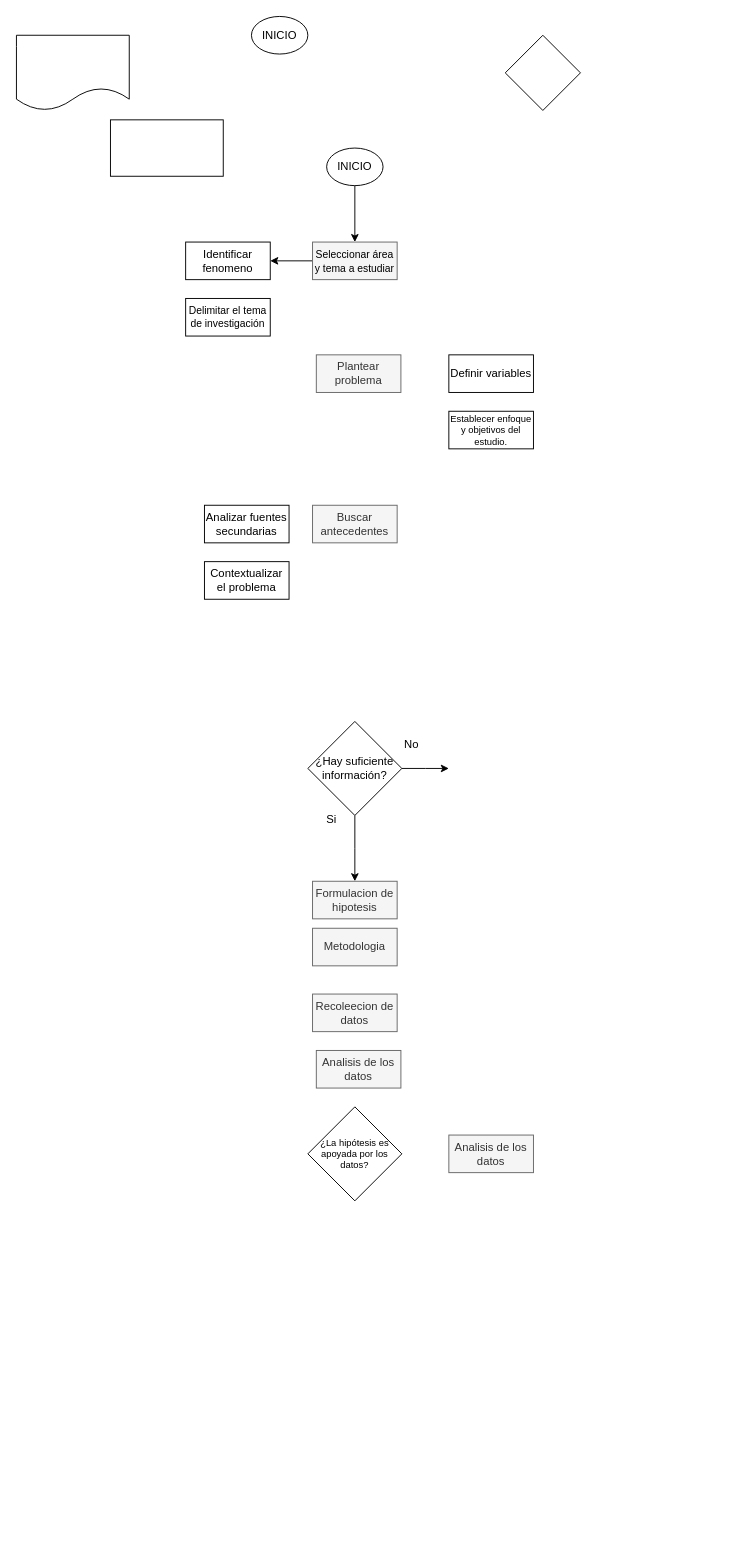
This is Etapas del proceso de investigacion.drawio from AlbanyNVRodriguez/draw---diagrams, a draw.io file, before an edit. Source tidied: cells renumbered, new cells numbered last; positions are measured from the earlier drawing's top-left corner, leaving out a move shared by most shapes. Both pictures are drawn from the tidied source at 94%, with x=0, y=0 at pixel (16, 16).
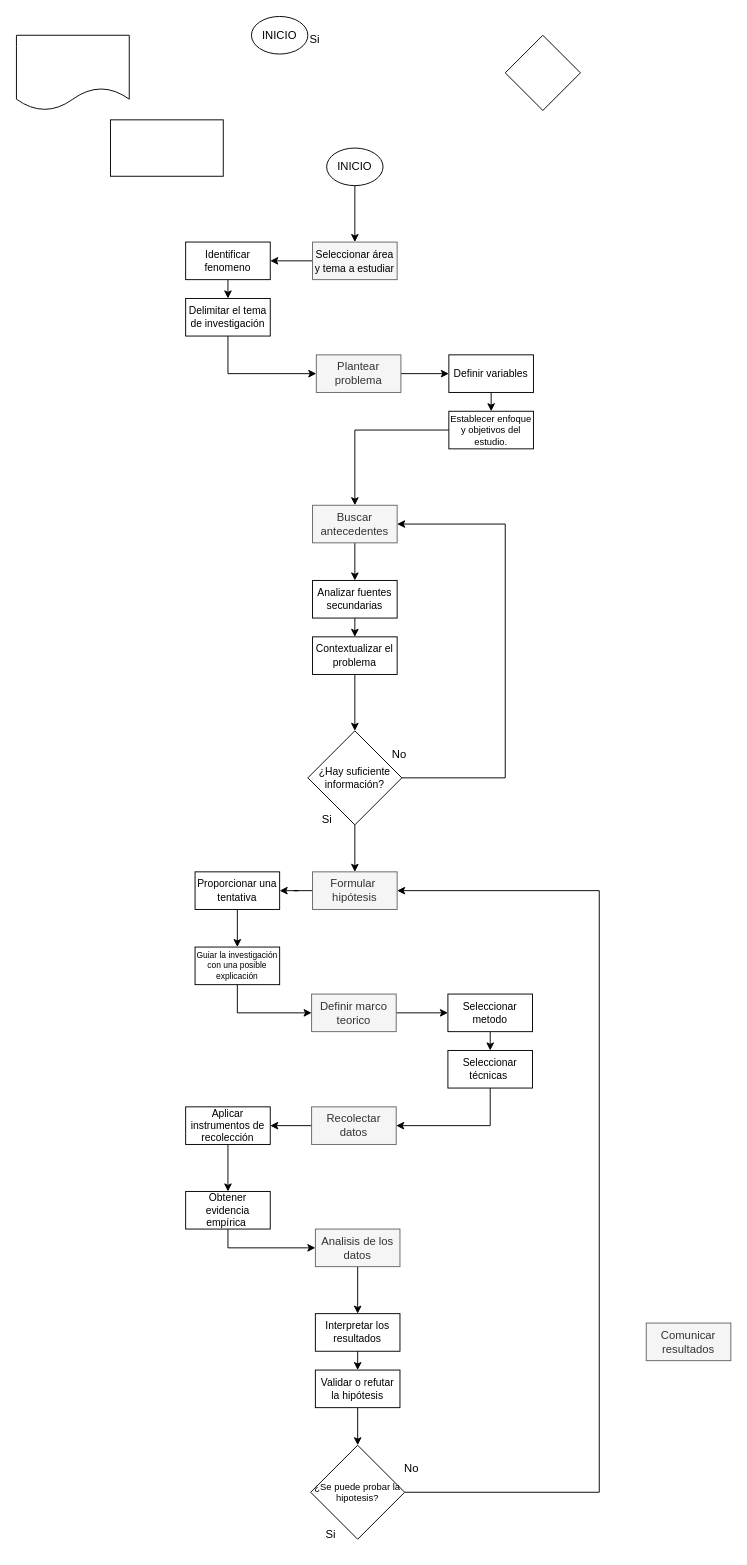
Above is the later version.

Unchanged cells that the change refers to:
```xml
<mxCell id="10" value="Plantear problema" style="rounded=0;whiteSpace=wrap;html=1;fillColor=#f5f5f5;fontColor=#333333;strokeColor=#666666;" parent="1" vertex="1">
  <mxGeometry x="319" y="360" width="90" height="40" as="geometry" />
</mxCell>
<mxCell id="16" value="Buscar antecedentes" style="rounded=0;whiteSpace=wrap;html=1;fillColor=#f5f5f5;fontColor=#333333;strokeColor=#666666;" parent="1" vertex="1">
  <mxGeometry x="315" y="520" width="90" height="40" as="geometry" />
</mxCell>
<mxCell id="27" value="Establecer enfoque y objetivos del estudio." style="rounded=0;whiteSpace=wrap;html=1;fontSize=10;" parent="1" vertex="1">
  <mxGeometry x="460" y="420" width="90" height="40" as="geometry" />
</mxCell>
<mxCell id="28" value="Delimitar el tema de investigación" style="rounded=0;whiteSpace=wrap;html=1;fontSize=11;" parent="1" vertex="1">
  <mxGeometry x="180" y="300" width="90" height="40" as="geometry" />
</mxCell>
```

Change to the diagram source:
```diff
@@
+    <mxCell id="29" style="edgeStyle=orthogonalEdgeStyle;rounded=0;jettySize=auto;html=1;entryX=0;entryY=0.5;entryDx=0;entryDy=0;" parent="1" edge="1" source="10" target="24">
+      <mxGeometry relative="1" as="geometry" />
+    </mxCell>
@@
-    <mxCell id="11" style="edgeStyle=orthogonalEdgeStyle;rounded=0;jettySize=auto;html=1;" parent="1" edge="1" source="13">
-      <mxGeometry relative="1" as="geometry">
-        <mxPoint x="360" y="920" as="targetPoint" />
-      </mxGeometry>
-    </mxCell>
-    <mxCell id="12" style="edgeStyle=orthogonalEdgeStyle;rounded=0;jettySize=auto;html=1;" parent="1" edge="1" source="13">
+    <mxCell id="12" style="edgeStyle=orthogonalEdgeStyle;rounded=0;jettySize=auto;html=1;entryX=1;entryY=0.5;entryDx=0;entryDy=0;exitX=1;exitY=0.5;exitDx=0;exitDy=0;" parent="1" edge="1" source="13" target="16">
       <mxGeometry relative="1" as="geometry">
-        <mxPoint x="460" y="800" as="targetPoint" />
+        <Array as="points">
+          <mxPoint x="520" y="810" />
+          <mxPoint x="520" y="540" />
+        </Array>
       </mxGeometry>
     </mxCell>
+    <mxCell id="30" style="edgeStyle=orthogonalEdgeStyle;rounded=0;jettySize=auto;html=1;entryX=0.5;entryY=0;entryDx=0;entryDy=0;" parent="1" edge="1" source="13" target="18">
+      <mxGeometry relative="1" as="geometry" />
+    </mxCell>
-    <mxCell id="13" value="¿Hay suficiente información?" style="rhombus;whiteSpace=wrap;html=1;" parent="1" vertex="1">
-      <mxGeometry x="310" y="750" width="100" height="100" as="geometry" />
+    <mxCell id="13" value="¿Hay suficiente información?" style="rhombus;whiteSpace=wrap;html=1;fontSize=11;" parent="1" vertex="1">
+      <mxGeometry x="310" y="760" width="100" height="100" as="geometry" />
     </mxCell>
     <mxCell id="14" value="Si" style="text;html=1;align=center;verticalAlign=middle;strokeColor=none;fillColor=none;" parent="1" vertex="1">
-      <mxGeometry x="320" y="840" width="30" height="30" as="geometry" />
+      <mxGeometry x="315" y="840" width="30" height="30" as="geometry" />
     </mxCell>
     <mxCell id="15" value="No" style="text;html=1;align=center;verticalAlign=middle;strokeColor=none;fillColor=none;" parent="1" vertex="1">
-      <mxGeometry x="400" y="760" width="40" height="30" as="geometry" />
+      <mxGeometry x="400" y="1530" width="40" height="30" as="geometry" />
     </mxCell>
+    <mxCell id="31" style="edgeStyle=orthogonalEdgeStyle;rounded=0;jettySize=auto;html=1;" parent="1" edge="1" source="16" target="26">
+      <mxGeometry relative="1" as="geometry" />
+    </mxCell>
@@
+    <mxCell id="32" style="edgeStyle=orthogonalEdgeStyle;rounded=0;jettySize=auto;html=1;exitX=0.5;exitY=1;exitDx=0;exitDy=0;entryX=0.5;entryY=0;entryDx=0;entryDy=0;" parent="1" edge="1" source="17" target="28">
+      <mxGeometry relative="1" as="geometry" />
+    </mxCell>
-    <mxCell id="17" value="Identificar fenomeno" style="rounded=0;whiteSpace=wrap;html=1;" parent="1" vertex="1">
+    <mxCell id="17" value="Identificar fenomeno" style="rounded=0;whiteSpace=wrap;html=1;fontSize=11;" parent="1" vertex="1">
       <mxGeometry x="180" y="240" width="90" height="40" as="geometry" />
     </mxCell>
+    <mxCell id="33" style="edgeStyle=orthogonalEdgeStyle;rounded=0;jettySize=auto;html=1;" parent="1" edge="1" source="18" target="44">
+      <mxGeometry relative="1" as="geometry" />
+    </mxCell>
-    <mxCell id="18" value="Formulacion de hipotesis" style="rounded=0;whiteSpace=wrap;html=1;fillColor=#f5f5f5;fontColor=#333333;strokeColor=#666666;" parent="1" vertex="1">
-      <mxGeometry x="315" y="920" width="90" height="40" as="geometry" />
+    <mxCell id="18" value="Formular&amp;nbsp; hipótesis" style="rounded=0;whiteSpace=wrap;html=1;fillColor=#f5f5f5;fontColor=#333333;strokeColor=#666666;" parent="1" vertex="1">
+      <mxGeometry x="315" y="910" width="90" height="40" as="geometry" />
     </mxCell>
+    <mxCell id="34" style="edgeStyle=orthogonalEdgeStyle;rounded=0;jettySize=auto;html=1;entryX=0;entryY=0.5;entryDx=0;entryDy=0;" parent="1" edge="1" source="19" target="48">
+      <mxGeometry relative="1" as="geometry" />
+    </mxCell>
-    <mxCell id="19" value="Metodologia" style="rounded=0;whiteSpace=wrap;html=1;fillColor=#f5f5f5;fontColor=#333333;strokeColor=#666666;" parent="1" vertex="1">
-      <mxGeometry x="315" y="970" width="90" height="40" as="geometry" />
+    <mxCell id="19" value="Definir marco teorico" style="rounded=0;whiteSpace=wrap;html=1;fillColor=#f5f5f5;fontColor=#333333;strokeColor=#666666;" parent="1" vertex="1">
+      <mxGeometry x="314" y="1040" width="90" height="40" as="geometry" />
     </mxCell>
+    <mxCell id="35" style="edgeStyle=orthogonalEdgeStyle;rounded=0;jettySize=auto;html=1;" parent="1" edge="1" source="20" target="52">
+      <mxGeometry relative="1" as="geometry" />
+    </mxCell>
-    <mxCell id="20" value="Recoleecion de datos" style="rounded=0;whiteSpace=wrap;html=1;fillColor=#f5f5f5;fontColor=#333333;strokeColor=#666666;" parent="1" vertex="1">
-      <mxGeometry x="315" y="1040" width="90" height="40" as="geometry" />
+    <mxCell id="20" value="Recolectar datos" style="rounded=0;whiteSpace=wrap;html=1;fillColor=#f5f5f5;fontColor=#333333;strokeColor=#666666;" parent="1" vertex="1">
+      <mxGeometry x="314" y="1160" width="90" height="40" as="geometry" />
     </mxCell>
+    <mxCell id="36" style="edgeStyle=orthogonalEdgeStyle;rounded=0;jettySize=auto;html=1;exitX=0.5;exitY=1;exitDx=0;exitDy=0;entryX=0.5;entryY=0;entryDx=0;entryDy=0;" parent="1" edge="1" source="21" target="56">
+      <mxGeometry relative="1" as="geometry" />
+    </mxCell>
     <mxCell id="21" value="Analisis de los datos" style="rounded=0;whiteSpace=wrap;html=1;fillColor=#f5f5f5;fontColor=#333333;strokeColor=#666666;" parent="1" vertex="1">
-      <mxGeometry x="319" y="1100" width="90" height="40" as="geometry" />
+      <mxGeometry x="318" y="1290" width="90" height="40" as="geometry" />
     </mxCell>
-    <mxCell id="22" value="Analisis de los datos" style="rounded=0;whiteSpace=wrap;html=1;fillColor=#f5f5f5;fontColor=#333333;strokeColor=#666666;" parent="1" vertex="1">
-      <mxGeometry x="460" y="1190" width="90" height="40" as="geometry" />
+    <mxCell id="22" value="Comunicar resultados" style="rounded=0;whiteSpace=wrap;html=1;fillColor=#f5f5f5;fontColor=#333333;strokeColor=#666666;" parent="1" vertex="1">
+      <mxGeometry x="670" y="1390" width="90" height="40" as="geometry" />
     </mxCell>
+    <mxCell id="37" style="edgeStyle=orthogonalEdgeStyle;rounded=0;jettySize=auto;html=1;entryX=1;entryY=0.5;entryDx=0;entryDy=0;exitX=1;exitY=0.5;exitDx=0;exitDy=0;" parent="1" edge="1" source="23" target="18">
+      <mxGeometry relative="1" as="geometry">
+        <Array as="points">
+          <mxPoint x="620" y="1570" />
+          <mxPoint x="620" y="930" />
+        </Array>
+      </mxGeometry>
+    </mxCell>
-    <mxCell id="23" value="¿La hipótesis es apoyada por los datos?" style="rhombus;whiteSpace=wrap;html=1;fontSize=10;" parent="1" vertex="1">
-      <mxGeometry x="310" y="1160" width="100" height="100" as="geometry" />
+    <mxCell id="23" value="¿Se puede probar la hipotesis?" style="rhombus;whiteSpace=wrap;html=1;fontSize=10;" parent="1" vertex="1">
+      <mxGeometry x="313" y="1520" width="100" height="100" as="geometry" />
     </mxCell>
+    <mxCell id="38" style="edgeStyle=orthogonalEdgeStyle;rounded=0;jettySize=auto;html=1;exitX=0.5;exitY=1;exitDx=0;exitDy=0;entryX=0.5;entryY=0;entryDx=0;entryDy=0;" parent="1" edge="1" source="24" target="27">
+      <mxGeometry relative="1" as="geometry" />
+    </mxCell>
-    <mxCell id="24" value="Definir variables" style="rounded=0;whiteSpace=wrap;html=1;" parent="1" vertex="1">
+    <mxCell id="24" value="Definir variables" style="rounded=0;whiteSpace=wrap;html=1;fontSize=11;" parent="1" vertex="1">
       <mxGeometry x="460" y="360" width="90" height="40" as="geometry" />
     </mxCell>
+    <mxCell id="39" style="edgeStyle=orthogonalEdgeStyle;rounded=0;jettySize=auto;html=1;entryX=0.5;entryY=0;entryDx=0;entryDy=0;" parent="1" edge="1" source="25" target="13">
+      <mxGeometry relative="1" as="geometry" />
+    </mxCell>
-    <mxCell id="25" value="Contextualizar el problema" style="rounded=0;whiteSpace=wrap;html=1;" parent="1" vertex="1">
-      <mxGeometry x="200" y="580" width="90" height="40" as="geometry" />
+    <mxCell id="25" value="Contextualizar el problema" style="rounded=0;whiteSpace=wrap;html=1;fontSize=11;" parent="1" vertex="1">
+      <mxGeometry x="315" y="660" width="90" height="40" as="geometry" />
     </mxCell>
+    <mxCell id="40" style="edgeStyle=orthogonalEdgeStyle;rounded=0;jettySize=auto;html=1;exitX=0.5;exitY=1;exitDx=0;exitDy=0;entryX=0.5;entryY=0;entryDx=0;entryDy=0;" parent="1" edge="1" source="26" target="25">
+      <mxGeometry relative="1" as="geometry" />
+    </mxCell>
-    <mxCell id="26" value="Analizar fuentes secundarias" style="rounded=0;whiteSpace=wrap;html=1;" parent="1" vertex="1">
-      <mxGeometry x="200" y="520" width="90" height="40" as="geometry" />
+    <mxCell id="26" value="Analizar fuentes secundarias" style="rounded=0;whiteSpace=wrap;html=1;fontSize=11;" parent="1" vertex="1">
+      <mxGeometry x="315" y="600" width="90" height="40" as="geometry" />
     </mxCell>
+    <mxCell id="41" style="edgeStyle=orthogonalEdgeStyle;rounded=0;jettySize=auto;html=1;entryX=0.5;entryY=0;entryDx=0;entryDy=0;" parent="1" edge="1" source="27" target="16">
+      <mxGeometry relative="1" as="geometry" />
+    </mxCell>
@@
+    <mxCell id="42" style="edgeStyle=orthogonalEdgeStyle;rounded=0;jettySize=auto;html=1;exitX=0.5;exitY=1;exitDx=0;exitDy=0;entryX=0;entryY=0.5;entryDx=0;entryDy=0;" parent="1" edge="1" source="28" target="10">
+      <mxGeometry relative="1" as="geometry" />
+    </mxCell>
@@
+    <mxCell id="43" style="edgeStyle=orthogonalEdgeStyle;rounded=0;jettySize=auto;html=1;exitX=0.5;exitY=1;exitDx=0;exitDy=0;" parent="1" edge="1" source="44" target="46">
+      <mxGeometry relative="1" as="geometry" />
+    </mxCell>
+    <mxCell id="44" value="Proporcionar una tentativa" style="rounded=0;whiteSpace=wrap;html=1;fontSize=11;" parent="1" vertex="1">
+      <mxGeometry x="190" y="910" width="90" height="40" as="geometry" />
+    </mxCell>
+    <mxCell id="45" style="edgeStyle=orthogonalEdgeStyle;rounded=0;jettySize=auto;html=1;entryX=0;entryY=0.5;entryDx=0;entryDy=0;" parent="1" edge="1" source="46" target="19">
+      <mxGeometry relative="1" as="geometry">
+        <Array as="points">
+          <mxPoint x="235" y="1060" />
+        </Array>
+      </mxGeometry>
+    </mxCell>
+    <mxCell id="46" value="Guiar la investigación con una posible explicación" style="rounded=0;whiteSpace=wrap;html=1;fontSize=9;" parent="1" vertex="1">
+      <mxGeometry x="190" y="990" width="90" height="40" as="geometry" />
+    </mxCell>
+    <mxCell id="47" style="edgeStyle=orthogonalEdgeStyle;rounded=0;jettySize=auto;html=1;exitX=0.5;exitY=1;exitDx=0;exitDy=0;entryX=0.5;entryY=0;entryDx=0;entryDy=0;" parent="1" edge="1" source="48" target="50">
+      <mxGeometry relative="1" as="geometry" />
+    </mxCell>
+    <mxCell id="48" value="Seleccionar metodo" style="rounded=0;whiteSpace=wrap;html=1;fontSize=11;" parent="1" vertex="1">
+      <mxGeometry x="459" y="1040" width="90" height="40" as="geometry" />
+    </mxCell>
+    <mxCell id="49" style="edgeStyle=orthogonalEdgeStyle;rounded=0;jettySize=auto;html=1;entryX=1;entryY=0.5;entryDx=0;entryDy=0;" parent="1" edge="1" source="50" target="20">
+      <mxGeometry relative="1" as="geometry">
+        <Array as="points">
+          <mxPoint x="504" y="1180" />
+        </Array>
+      </mxGeometry>
+    </mxCell>
+    <mxCell id="50" value="Seleccionar técnicas&amp;nbsp;" style="rounded=0;whiteSpace=wrap;html=1;fontSize=11;" parent="1" vertex="1">
+      <mxGeometry x="459" y="1100" width="90" height="40" as="geometry" />
+    </mxCell>
+    <mxCell id="51" style="edgeStyle=orthogonalEdgeStyle;rounded=0;jettySize=auto;html=1;exitX=0.5;exitY=1;exitDx=0;exitDy=0;" parent="1" edge="1" source="52" target="54">
+      <mxGeometry relative="1" as="geometry" />
+    </mxCell>
+    <mxCell id="52" value="Aplicar instrumentos de recolección" style="rounded=0;whiteSpace=wrap;html=1;fontSize=11;" parent="1" vertex="1">
+      <mxGeometry x="180" y="1160" width="90" height="40" as="geometry" />
+    </mxCell>
+    <mxCell id="53" style="edgeStyle=orthogonalEdgeStyle;rounded=0;jettySize=auto;html=1;entryX=0;entryY=0.5;entryDx=0;entryDy=0;" parent="1" edge="1" source="54" target="21">
+      <mxGeometry relative="1" as="geometry">
+        <Array as="points">
+          <mxPoint x="225" y="1310" />
+        </Array>
+      </mxGeometry>
+    </mxCell>
+    <mxCell id="54" value="Obtener evidencia empírica&amp;nbsp;" style="rounded=0;whiteSpace=wrap;html=1;fontSize=11;" parent="1" vertex="1">
+      <mxGeometry x="180" y="1250" width="90" height="40" as="geometry" />
+    </mxCell>
+    <mxCell id="55" style="edgeStyle=orthogonalEdgeStyle;rounded=0;jettySize=auto;html=1;exitX=0.5;exitY=1;exitDx=0;exitDy=0;entryX=0.5;entryY=0;entryDx=0;entryDy=0;" parent="1" edge="1" source="56" target="58">
+      <mxGeometry relative="1" as="geometry" />
+    </mxCell>
+    <mxCell id="56" value="Interpretar los resultados" style="rounded=0;whiteSpace=wrap;html=1;fontSize=11;" parent="1" vertex="1">
+      <mxGeometry x="318" y="1380" width="90" height="40" as="geometry" />
+    </mxCell>
+    <mxCell id="57" style="edgeStyle=orthogonalEdgeStyle;rounded=0;jettySize=auto;html=1;exitX=0.5;exitY=1;exitDx=0;exitDy=0;entryX=0.5;entryY=0;entryDx=0;entryDy=0;" parent="1" edge="1" source="58" target="23">
+      <mxGeometry relative="1" as="geometry" />
+    </mxCell>
+    <mxCell id="58" value="Validar o refutar la hipótesis" style="rounded=0;whiteSpace=wrap;html=1;fontSize=11;" parent="1" vertex="1">
+      <mxGeometry x="318" y="1440" width="90" height="40" as="geometry" />
+    </mxCell>
+    <mxCell id="59" value="Si" style="text;html=1;align=center;verticalAlign=middle;strokeColor=none;fillColor=none;" parent="1" vertex="1">
+      <mxGeometry x="301.5" y="10" width="30" height="30" as="geometry" />
+    </mxCell>
+    <mxCell id="60" value="No" style="text;html=1;align=center;verticalAlign=middle;strokeColor=none;fillColor=none;" parent="1" vertex="1">
+      <mxGeometry x="386.5" y="770" width="40" height="30" as="geometry" />
+    </mxCell>
+    <mxCell id="61" value="Si" style="text;html=1;align=center;verticalAlign=middle;strokeColor=none;fillColor=none;" parent="1" vertex="1">
+      <mxGeometry x="319" y="1600" width="30" height="30" as="geometry" />
+    </mxCell>
```
